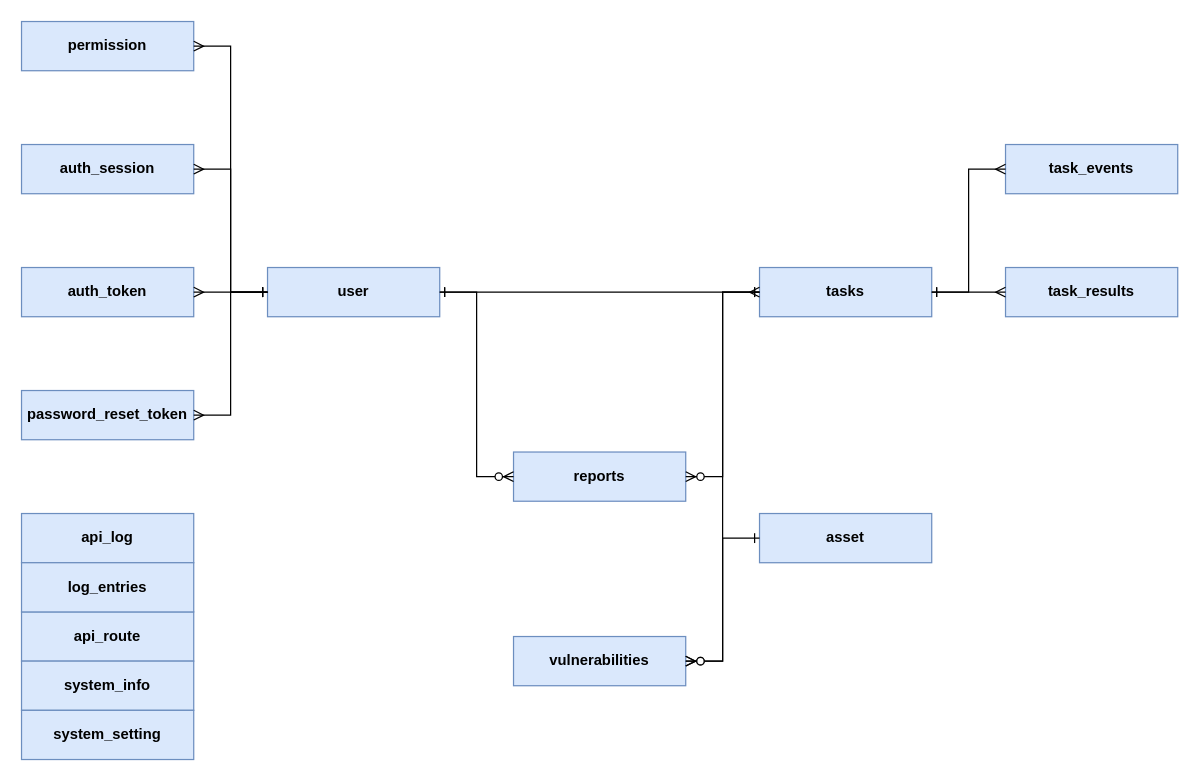
The draw.io diagram 分布式扫描器数据库ER图.drawio in FanBigFan/Drawio, before the edit. Source tidied: cells renumbered, new cells numbered last; positions are measured from the earlier drawing's top-left corner, leaving out a move shared by most shapes. Both pictures are drawn from the tidied source at 123%, with x=0, y=0 at pixel (21, 21).
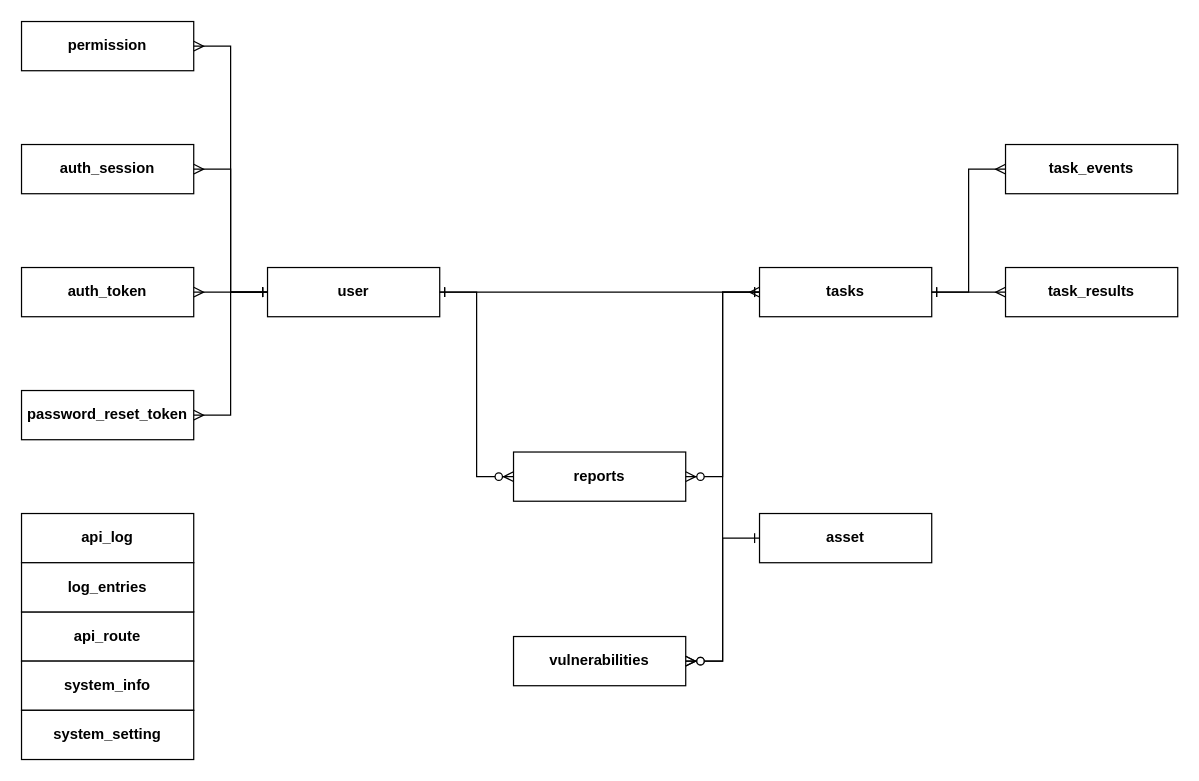
The same page after the edit.

Commit message:
更新分布式扫描器数据库ER图.drawio

The edit, as a diff of the source:
```diff
@@
-    <mxCell id="2" value="user" style="rounded=0;whiteSpace=wrap;html=1;fillColor=#dae8fc;strokeColor=#6c8ebf;fontStyle=1;align=center;verticalAlign=middle;" parent="1" vertex="1">
+    <mxCell id="2" value="user" style="rounded=0;whiteSpace=wrap;html=1;fontStyle=1;align=center;verticalAlign=middle;labelBackgroundColor=none;" parent="1" vertex="1">
       <mxGeometry x="200" y="200" width="140" height="40" as="geometry" />
     </mxCell>
-    <mxCell id="3" value="tasks" style="rounded=0;whiteSpace=wrap;html=1;fillColor=#dae8fc;strokeColor=#6c8ebf;fontStyle=1;align=center;verticalAlign=middle;" parent="1" vertex="1">
+    <mxCell id="3" value="tasks" style="rounded=0;whiteSpace=wrap;html=1;fontStyle=1;align=center;verticalAlign=middle;labelBackgroundColor=none;" parent="1" vertex="1">
       <mxGeometry x="600" y="200" width="140" height="40" as="geometry" />
     </mxCell>
-    <mxCell id="4" value="asset" style="rounded=0;whiteSpace=wrap;html=1;fillColor=#dae8fc;strokeColor=#6c8ebf;fontStyle=1;align=center;verticalAlign=middle;" parent="1" vertex="1">
+    <mxCell id="4" value="asset" style="rounded=0;whiteSpace=wrap;html=1;fontStyle=1;align=center;verticalAlign=middle;labelBackgroundColor=none;" parent="1" vertex="1">
       <mxGeometry x="600" y="400" width="140" height="40" as="geometry" />
     </mxCell>
-    <mxCell id="5" value="reports" style="rounded=0;whiteSpace=wrap;html=1;fillColor=#dae8fc;strokeColor=#6c8ebf;fontStyle=1;align=center;verticalAlign=middle;" parent="1" vertex="1">
+    <mxCell id="5" value="reports" style="rounded=0;whiteSpace=wrap;html=1;fontStyle=1;align=center;verticalAlign=middle;labelBackgroundColor=none;" parent="1" vertex="1">
       <mxGeometry x="400" y="350" width="140" height="40" as="geometry" />
     </mxCell>
-    <mxCell id="6" value="vulnerabilities" style="rounded=0;whiteSpace=wrap;html=1;fillColor=#dae8fc;strokeColor=#6c8ebf;fontStyle=1;align=center;verticalAlign=middle;" parent="1" vertex="1">
+    <mxCell id="6" value="vulnerabilities" style="rounded=0;whiteSpace=wrap;html=1;fontStyle=1;align=center;verticalAlign=middle;labelBackgroundColor=none;" parent="1" vertex="1">
       <mxGeometry x="400" y="500" width="140" height="40" as="geometry" />
     </mxCell>
-    <mxCell id="7" value="auth_session" style="rounded=0;whiteSpace=wrap;html=1;fillColor=#dae8fc;strokeColor=#6c8ebf;fontStyle=1;align=center;verticalAlign=middle;" parent="1" vertex="1">
+    <mxCell id="7" value="auth_session" style="rounded=0;whiteSpace=wrap;html=1;fontStyle=1;align=center;verticalAlign=middle;labelBackgroundColor=none;" parent="1" vertex="1">
       <mxGeometry y="100" width="140" height="40" as="geometry" />
     </mxCell>
-    <mxCell id="8" value="auth_token" style="rounded=0;whiteSpace=wrap;html=1;fillColor=#dae8fc;strokeColor=#6c8ebf;fontStyle=1;align=center;verticalAlign=middle;" parent="1" vertex="1">
+    <mxCell id="8" value="auth_token" style="rounded=0;whiteSpace=wrap;html=1;fontStyle=1;align=center;verticalAlign=middle;labelBackgroundColor=none;" parent="1" vertex="1">
       <mxGeometry y="200" width="140" height="40" as="geometry" />
     </mxCell>
-    <mxCell id="9" value="password_reset_token" style="rounded=0;whiteSpace=wrap;html=1;fillColor=#dae8fc;strokeColor=#6c8ebf;fontStyle=1;align=center;verticalAlign=middle;" parent="1" vertex="1">
+    <mxCell id="9" value="password_reset_token" style="rounded=0;whiteSpace=wrap;html=1;fontStyle=1;align=center;verticalAlign=middle;labelBackgroundColor=none;" parent="1" vertex="1">
       <mxGeometry y="300" width="140" height="40" as="geometry" />
     </mxCell>
-    <mxCell id="10" value="task_events" style="rounded=0;whiteSpace=wrap;html=1;fillColor=#dae8fc;strokeColor=#6c8ebf;fontStyle=1;align=center;verticalAlign=middle;" parent="1" vertex="1">
+    <mxCell id="10" value="task_events" style="rounded=0;whiteSpace=wrap;html=1;fontStyle=1;align=center;verticalAlign=middle;labelBackgroundColor=none;" parent="1" vertex="1">
       <mxGeometry x="800" y="100" width="140" height="40" as="geometry" />
     </mxCell>
-    <mxCell id="11" value="task_results" style="rounded=0;whiteSpace=wrap;html=1;fillColor=#dae8fc;strokeColor=#6c8ebf;fontStyle=1;align=center;verticalAlign=middle;" parent="1" vertex="1">
+    <mxCell id="11" value="task_results" style="rounded=0;whiteSpace=wrap;html=1;fontStyle=1;align=center;verticalAlign=middle;labelBackgroundColor=none;" parent="1" vertex="1">
       <mxGeometry x="800" y="200" width="140" height="40" as="geometry" />
     </mxCell>
-    <mxCell id="12" value="api_log" style="rounded=0;whiteSpace=wrap;html=1;fillColor=#dae8fc;strokeColor=#6c8ebf;fontStyle=1;align=center;verticalAlign=middle;" parent="1" vertex="1">
+    <mxCell id="12" value="api_log" style="rounded=0;whiteSpace=wrap;html=1;fontStyle=1;align=center;verticalAlign=middle;labelBackgroundColor=none;" parent="1" vertex="1">
       <mxGeometry y="400" width="140" height="40" as="geometry" />
     </mxCell>
-    <mxCell id="13" value="api_route" style="rounded=0;whiteSpace=wrap;html=1;fillColor=#dae8fc;strokeColor=#6c8ebf;fontStyle=1;align=center;verticalAlign=middle;" parent="1" vertex="1">
+    <mxCell id="13" value="api_route" style="rounded=0;whiteSpace=wrap;html=1;fontStyle=1;align=center;verticalAlign=middle;labelBackgroundColor=none;" parent="1" vertex="1">
       <mxGeometry y="480" width="140" height="40" as="geometry" />
     </mxCell>
-    <mxCell id="14" value="log_entries" style="rounded=0;whiteSpace=wrap;html=1;fillColor=#dae8fc;strokeColor=#6c8ebf;fontStyle=1;align=center;verticalAlign=middle;" parent="1" vertex="1">
+    <mxCell id="14" value="log_entries" style="rounded=0;whiteSpace=wrap;html=1;fontStyle=1;align=center;verticalAlign=middle;labelBackgroundColor=none;" parent="1" vertex="1">
       <mxGeometry y="440" width="140" height="40" as="geometry" />
     </mxCell>
-    <mxCell id="15" value="permission" style="rounded=0;whiteSpace=wrap;html=1;fillColor=#dae8fc;strokeColor=#6c8ebf;fontStyle=1;align=center;verticalAlign=middle;" parent="1" vertex="1">
+    <mxCell id="15" value="permission" style="rounded=0;whiteSpace=wrap;html=1;fontStyle=1;align=center;verticalAlign=middle;labelBackgroundColor=none;" parent="1" vertex="1">
       <mxGeometry width="140" height="40" as="geometry" />
     </mxCell>
-    <mxCell id="16" value="system_info" style="rounded=0;whiteSpace=wrap;html=1;fillColor=#dae8fc;strokeColor=#6c8ebf;fontStyle=1;align=center;verticalAlign=middle;" parent="1" vertex="1">
+    <mxCell id="16" value="system_info" style="rounded=0;whiteSpace=wrap;html=1;fontStyle=1;align=center;verticalAlign=middle;labelBackgroundColor=none;" parent="1" vertex="1">
       <mxGeometry y="520" width="140" height="40" as="geometry" />
     </mxCell>
-    <mxCell id="17" value="system_setting" style="rounded=0;whiteSpace=wrap;html=1;fillColor=#dae8fc;strokeColor=#6c8ebf;fontStyle=1;align=center;verticalAlign=middle;" parent="1" vertex="1">
+    <mxCell id="17" value="system_setting" style="rounded=0;whiteSpace=wrap;html=1;fontStyle=1;align=center;verticalAlign=middle;labelBackgroundColor=none;" parent="1" vertex="1">
       <mxGeometry y="560" width="140" height="40" as="geometry" />
     </mxCell>
-    <mxCell id="18" style="edgeStyle=entityRelationEdgeStyle;html=1;rounded=0;startArrow=ERmany;endArrow=ERone;" parent="1" edge="1" source="7" target="2">
+    <mxCell id="18" style="edgeStyle=entityRelationEdgeStyle;html=1;rounded=0;startArrow=ERmany;endArrow=ERone;labelBackgroundColor=none;fontColor=default;" parent="1" edge="1" source="7" target="2">
       <mxGeometry relative="1" as="geometry" />
     </mxCell>
-    <mxCell id="19" style="edgeStyle=entityRelationEdgeStyle;html=1;rounded=0;startArrow=ERmany;endArrow=ERone;" parent="1" edge="1" source="8" target="2">
+    <mxCell id="19" style="edgeStyle=entityRelationEdgeStyle;html=1;rounded=0;startArrow=ERmany;endArrow=ERone;labelBackgroundColor=none;fontColor=default;" parent="1" edge="1" source="8" target="2">
       <mxGeometry relative="1" as="geometry" />
     </mxCell>
-    <mxCell id="20" style="edgeStyle=entityRelationEdgeStyle;html=1;rounded=0;startArrow=ERmany;endArrow=ERone;" parent="1" edge="1" source="9" target="2">
+    <mxCell id="20" style="edgeStyle=entityRelationEdgeStyle;html=1;rounded=0;startArrow=ERmany;endArrow=ERone;labelBackgroundColor=none;fontColor=default;" parent="1" edge="1" source="9" target="2">
       <mxGeometry relative="1" as="geometry" />
     </mxCell>
-    <mxCell id="21" style="edgeStyle=entityRelationEdgeStyle;html=1;rounded=0;startArrow=ERmany;endArrow=ERone;" parent="1" edge="1" source="3" target="2">
+    <mxCell id="21" style="edgeStyle=entityRelationEdgeStyle;html=1;rounded=0;startArrow=ERmany;endArrow=ERone;labelBackgroundColor=none;fontColor=default;" parent="1" edge="1" source="3" target="2">
       <mxGeometry relative="1" as="geometry" />
     </mxCell>
-    <mxCell id="22" style="edgeStyle=entityRelationEdgeStyle;html=1;rounded=0;startArrow=ERzeroToMany;endArrow=ERone;" parent="1" edge="1" source="5" target="2">
+    <mxCell id="22" style="edgeStyle=entityRelationEdgeStyle;html=1;rounded=0;startArrow=ERzeroToMany;endArrow=ERone;labelBackgroundColor=none;fontColor=default;" parent="1" edge="1" source="5" target="2">
       <mxGeometry relative="1" as="geometry" />
     </mxCell>
-    <mxCell id="23" style="edgeStyle=entityRelationEdgeStyle;html=1;rounded=0;startArrow=ERmany;endArrow=ERone;" parent="1" edge="1" source="10" target="3">
+    <mxCell id="23" style="edgeStyle=entityRelationEdgeStyle;html=1;rounded=0;startArrow=ERmany;endArrow=ERone;labelBackgroundColor=none;fontColor=default;" parent="1" edge="1" source="10" target="3">
       <mxGeometry relative="1" as="geometry" />
     </mxCell>
-    <mxCell id="24" style="edgeStyle=entityRelationEdgeStyle;html=1;rounded=0;startArrow=ERmany;endArrow=ERone;" parent="1" edge="1" source="11" target="3">
+    <mxCell id="24" style="edgeStyle=entityRelationEdgeStyle;html=1;rounded=0;startArrow=ERmany;endArrow=ERone;labelBackgroundColor=none;fontColor=default;" parent="1" edge="1" source="11" target="3">
       <mxGeometry relative="1" as="geometry" />
     </mxCell>
-    <mxCell id="25" style="edgeStyle=entityRelationEdgeStyle;html=1;rounded=0;startArrow=ERzeroToMany;endArrow=ERone;" parent="1" edge="1" source="5" target="3">
+    <mxCell id="25" style="edgeStyle=entityRelationEdgeStyle;html=1;rounded=0;startArrow=ERzeroToMany;endArrow=ERone;labelBackgroundColor=none;fontColor=default;" parent="1" edge="1" source="5" target="3">
       <mxGeometry relative="1" as="geometry" />
     </mxCell>
-    <mxCell id="26" style="edgeStyle=entityRelationEdgeStyle;html=1;rounded=0;startArrow=ERzeroToMany;endArrow=ERone;" parent="1" edge="1" source="6" target="3">
+    <mxCell id="26" style="edgeStyle=entityRelationEdgeStyle;html=1;rounded=0;startArrow=ERzeroToMany;endArrow=ERone;labelBackgroundColor=none;fontColor=default;" parent="1" edge="1" source="6" target="3">
       <mxGeometry relative="1" as="geometry" />
     </mxCell>
-    <mxCell id="27" style="edgeStyle=entityRelationEdgeStyle;html=1;rounded=0;startArrow=ERzeroToMany;endArrow=ERone;" parent="1" edge="1" source="6" target="4">
+    <mxCell id="27" style="edgeStyle=entityRelationEdgeStyle;html=1;rounded=0;startArrow=ERzeroToMany;endArrow=ERone;labelBackgroundColor=none;fontColor=default;" parent="1" edge="1" source="6" target="4">
       <mxGeometry relative="1" as="geometry" />
     </mxCell>
-    <mxCell id="28" style="edgeStyle=entityRelationEdgeStyle;html=1;rounded=0;startArrow=ERmany;endArrow=ERone;exitX=1;exitY=0.5;exitDx=0;exitDy=0;" parent="1" edge="1" source="15">
+    <mxCell id="28" style="edgeStyle=entityRelationEdgeStyle;html=1;rounded=0;startArrow=ERmany;endArrow=ERone;exitX=1;exitY=0.5;exitDx=0;exitDy=0;labelBackgroundColor=none;fontColor=default;" parent="1" edge="1" source="15">
       <mxGeometry relative="1" as="geometry">
         <mxPoint x="200" y="220" as="targetPoint" />
         <Array as="points">
           <mxPoint x="170" y="120" />
           <mxPoint x="170" y="110" />
           <mxPoint x="170" y="120" />
         </Array>
       </mxGeometry>
     </mxCell>
```
